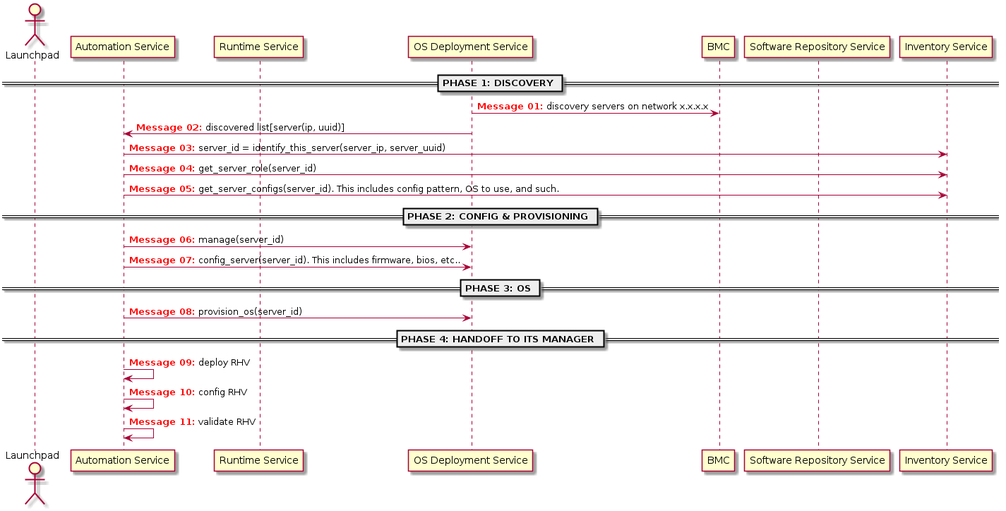
Above: diagrams/ibb rhhi setup sequence.png in fengxia41103/myblog (PlantUML), before the change.
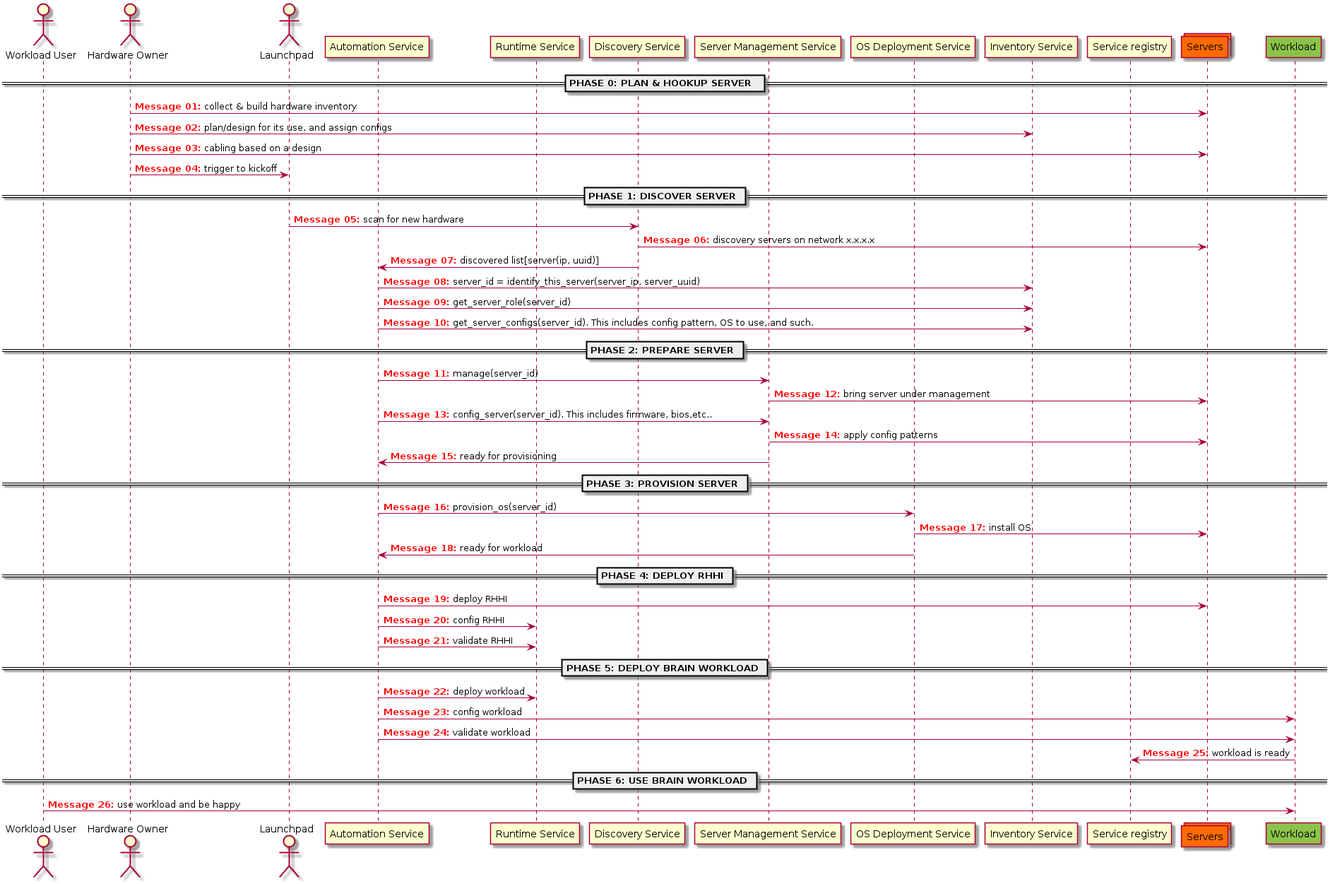
After the change.

Change to the diagram source:
```diff
@@ -2,31 +2,62 @@
 
 autonumber "<font color=red><b>Message 00:"
 
+actor "Workload User" as User
+actor "Hardware Owner" as Owner
 actor Launchpad
 participant "Automation Service" as Tower
 participant "Runtime Service" as RHHI
-participant "OS Deployment Service" as LXCA
-participant BMC
-participant "Software Repository Service" as Satellite
+participant "Discovery Service" as Discovery
+participant "Server Management Service" as LXCA
+participant "OS Deployment Service" as Provisioning
 participant "Inventory Service" as Netbox
+participant "Service registry" as Registry
+collections Servers #ff6a00
+participant Workload #8bc34a
 
-== PHASE 1: DISCOVERY ==
-LXCA -> BMC: discovery servers on network x.x.x.x
-LXCA -> Tower: discovered list[server(ip, uuid)]
+== PHASE 0: PLAN & HOOKUP SERVER  ==
+
+Owner -> Servers: collect & build hardware inventory
+Owner -> Netbox: plan/design for its use, and assign configs
+Owner -> Servers: cabling based on a design
+Owner -> Launchpad: trigger to kickoff
+
+== PHASE 1: DISCOVER SERVER ==
+
+Launchpad -> Discovery: scan for new hardware
+Discovery -> Servers: discovery servers on network x.x.x.x
+Discovery -> Tower: discovered list[server(ip, uuid)]
 Tower -> Netbox: server_id = identify_this_server(server_ip, server_uuid)
 Tower -> Netbox: get_server_role(server_id)
 Tower -> Netbox: get_server_configs(server_id). This includes config pattern, OS to use, and such.
 
-== PHASE 2: CONFIG & PROVISIONING ==
+== PHASE 2: PREPARE SERVER ==
 Tower -> LXCA: manage(server_id)
-Tower -> LXCA: config_server(server_id). This includes firmware, bios, etc..
+LXCA -> Servers: bring server under management
+Tower -> LXCA: config_server(server_id). This includes firmware, bios,etc..
+LXCA -> Servers: apply config patterns
+LXCA -> Tower: ready for provisioning
 
-== PHASE 3: OS ==
-Tower -> LXCA: provision_os(server_id)
+== PHASE 3: PROVISION SERVER ==
+Tower -> Provisioning: provision_os(server_id)
+Provisioning -> Servers: install OS
+Provisioning -> Tower: ready for workload
 
-== PHASE 4: HANDOFF TO ITS MANAGER ==
-Tower -> Tower: deploy RHV
-Tower -> Tower: config RHV
-Tower -> Tower: validate RHV
+== PHASE 4: DEPLOY RHHI ==
+
+Tower -> Servers: deploy RHHI
+Tower -> RHHI: config RHHI
+Tower -> RHHI: validate RHHI
+
+== PHASE 5: DEPLOY BRAIN WORKLOAD ==
+
+Tower -> RHHI: deploy workload
+Tower -> Workload: config workload
+Tower -> Workload: validate workload
+Workload -> Registry: workload is ready
+
+== PHASE 6: USE BRAIN WORKLOAD ==
+
+User -> Workload: use workload and be happy
 
 @enduml
```
